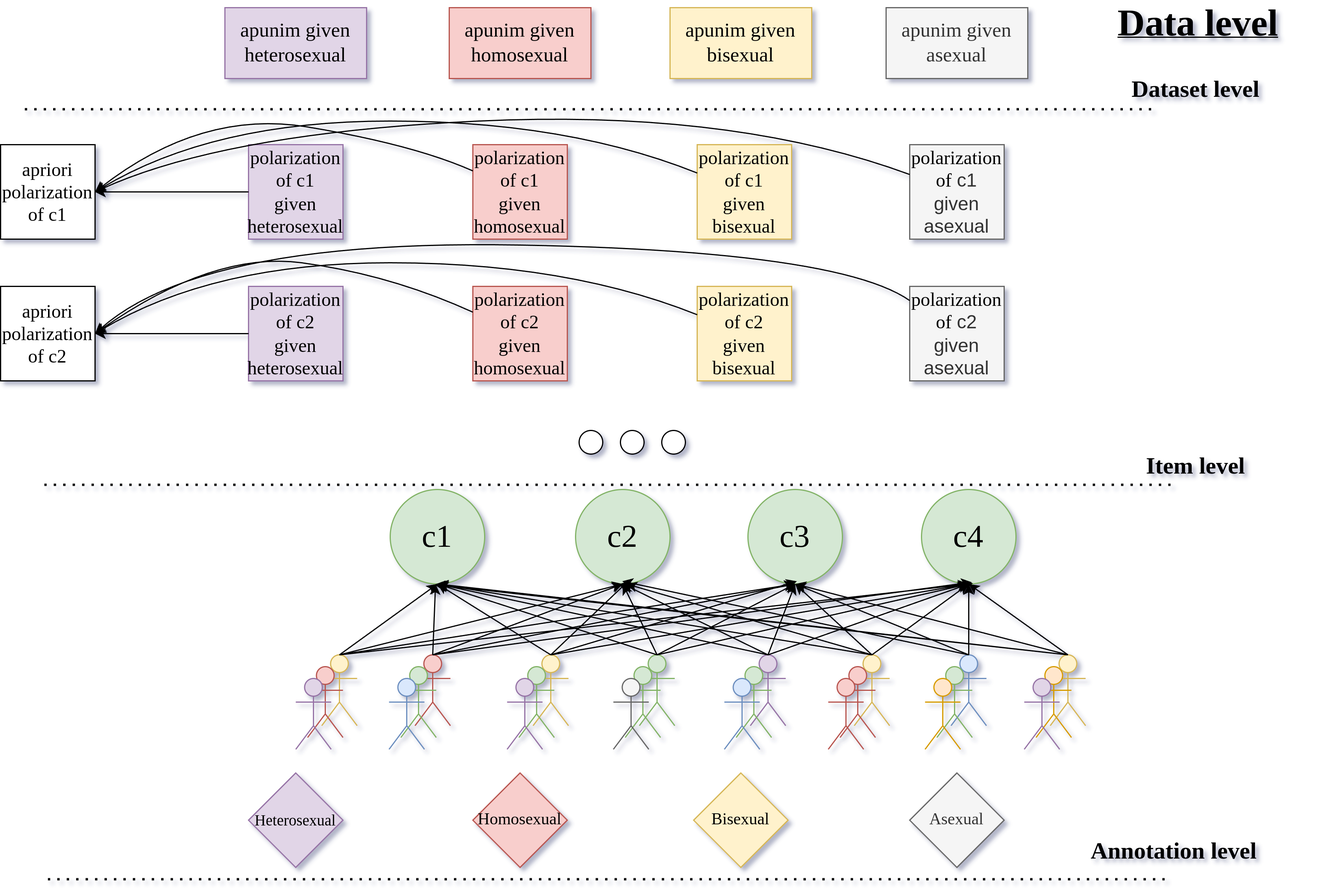
Above: graphs/overview.drawio.png in dimits-ts/aposteriori-unimodality (draw.io), before the change. Source tidied: cells renumbered, new cells last; positions are measured from the earlier drawing's top-left corner, leaving out a move shared by most shapes.
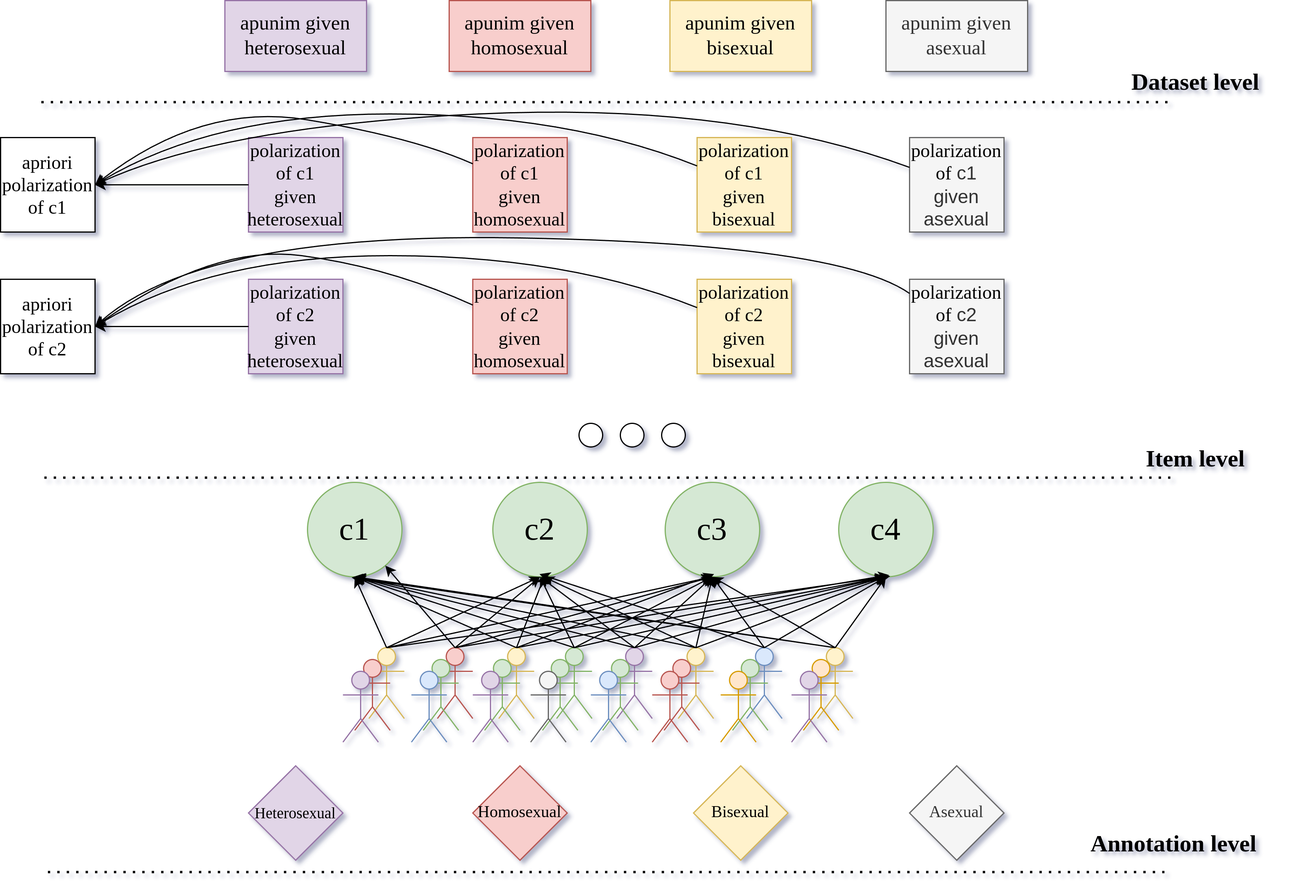
The same file after the commit.

Change to the diagram source:
```diff
@@ -10,8 +10,8 @@
     </mxCell>
     <mxCell id="3" style="endArrow=none;dashed=1;html=1;dashPattern=1 3;strokeWidth=2;rounded=0;exitX=0;exitY=1;exitDx=0;exitDy=0;fontFamily=Times New Roman;" parent="1" edge="1">
       <mxGeometry relative="1" as="geometry">
-        <mxPoint x="20.5" y="88" as="sourcePoint" />
-        <mxPoint x="979.5" y="88" as="targetPoint" />
+        <mxPoint x="34.5" y="88" as="sourcePoint" />
+        <mxPoint x="993.5" y="88" as="targetPoint" />
       </mxGeometry>
     </mxCell>
     <mxCell id="4" value="&lt;b&gt;&lt;font style=&quot;font-size: 20px;&quot;&gt;Annotation level&lt;/font&gt;&lt;/b&gt;" style="text;html=1;align=center;verticalAlign=middle;whiteSpace=wrap;rounded=0;fontFamily=Times New Roman;" parent="1" vertex="1">
@@ -23,14 +23,11 @@
     <mxCell id="6" value="&lt;b&gt;&lt;font style=&quot;font-size: 20px;&quot;&gt;Dataset level&lt;/font&gt;&lt;/b&gt;" style="text;html=1;align=center;verticalAlign=middle;whiteSpace=wrap;rounded=0;fontFamily=Times New Roman;" parent="1" vertex="1">
       <mxGeometry x="940" y="55" width="145" height="30" as="geometry" />
     </mxCell>
-    <mxCell id="7" value="&lt;u&gt;&lt;b&gt;&lt;font style=&quot;font-size: 32px;&quot;&gt;Data level&lt;/font&gt;&lt;/b&gt;&lt;/u&gt;" style="text;html=1;align=center;verticalAlign=middle;whiteSpace=wrap;rounded=0;fontFamily=Times New Roman;" parent="1" vertex="1">
-      <mxGeometry x="921.5" width="185" height="30" as="geometry" />
-    </mxCell>
     <mxCell id="8" style="group;" parent="1" vertex="1">
       <mxGeometry x="250" y="550" width="669" height="80" as="geometry" />
     </mxCell>
     <mxCell id="9" style="group;" parent="8" vertex="1">
-      <mxGeometry width="52" height="80" as="geometry" />
+      <mxGeometry x="40" width="52" height="80" as="geometry" />
     </mxCell>
     <mxCell id="10" style="shape=umlActor;verticalLabelPosition=bottom;verticalAlign=top;html=1;outlineConnect=0;fillColor=#fff2cc;strokeColor=#d6b656;" parent="9" vertex="1">
       <mxGeometry x="22" width="30" height="60" as="geometry" />
@@ -41,8 +38,20 @@
     <mxCell id="12" style="shape=umlActor;verticalLabelPosition=bottom;verticalAlign=top;html=1;fillColor=#e1d5e7;strokeColor=#9673a6;" parent="9" vertex="1">
       <mxGeometry y="20" width="30" height="60" as="geometry" />
     </mxCell>
+    <mxCell id="17" style="group;" parent="8" vertex="1">
+      <mxGeometry x="150" width="52" height="80" as="geometry" />
+    </mxCell>
+    <mxCell id="18" style="shape=umlActor;verticalLabelPosition=bottom;verticalAlign=top;html=1;outlineConnect=0;fillColor=#fff2cc;strokeColor=#d6b656;" parent="17" vertex="1">
+      <mxGeometry x="22" width="30" height="60" as="geometry" />
+    </mxCell>
+    <mxCell id="19" style="shape=umlActor;verticalLabelPosition=bottom;verticalAlign=top;html=1;fillColor=#d5e8d4;strokeColor=#82b366;" parent="17" vertex="1">
+      <mxGeometry x="10" y="10" width="30" height="60" as="geometry" />
+    </mxCell>
+    <mxCell id="20" style="shape=umlActor;verticalLabelPosition=bottom;verticalAlign=top;html=1;fillColor=#e1d5e7;strokeColor=#9673a6;" parent="17" vertex="1">
+      <mxGeometry y="20" width="30" height="60" as="geometry" />
+    </mxCell>
-    <mxCell id="13" style="group;" parent="8" vertex="1">
-      <mxGeometry x="79" width="52" height="80" as="geometry" />
+    <mxCell id="13" style="group;" parent="17" vertex="1">
+      <mxGeometry x="-52" width="52" height="80" as="geometry" />
     </mxCell>
     <mxCell id="14" style="shape=umlActor;verticalLabelPosition=bottom;verticalAlign=top;html=1;outlineConnect=0;fillColor=#f8cecc;strokeColor=#b85450;" parent="13" vertex="1">
       <mxGeometry x="22" width="30" height="60" as="geometry" />
@@ -53,20 +62,8 @@
     <mxCell id="16" style="shape=umlActor;verticalLabelPosition=bottom;verticalAlign=top;html=1;fillColor=#dae8fc;strokeColor=#6c8ebf;" parent="13" vertex="1">
       <mxGeometry y="20" width="30" height="60" as="geometry" />
     </mxCell>
-    <mxCell id="17" style="group;" parent="8" vertex="1">
-      <mxGeometry x="179" width="52" height="80" as="geometry" />
-    </mxCell>
-    <mxCell id="18" style="shape=umlActor;verticalLabelPosition=bottom;verticalAlign=top;html=1;outlineConnect=0;fillColor=#fff2cc;strokeColor=#d6b656;" parent="17" vertex="1">
-      <mxGeometry x="22" width="30" height="60" as="geometry" />
-    </mxCell>
-    <mxCell id="19" style="shape=umlActor;verticalLabelPosition=bottom;verticalAlign=top;html=1;fillColor=#d5e8d4;strokeColor=#82b366;" parent="17" vertex="1">
-      <mxGeometry x="10" y="10" width="30" height="60" as="geometry" />
-    </mxCell>
-    <mxCell id="20" style="shape=umlActor;verticalLabelPosition=bottom;verticalAlign=top;html=1;fillColor=#e1d5e7;strokeColor=#9673a6;" parent="17" vertex="1">
-      <mxGeometry y="20" width="30" height="60" as="geometry" />
-    </mxCell>
     <mxCell id="21" style="group;" parent="8" vertex="1">
-      <mxGeometry x="269" width="52" height="80" as="geometry" />
+      <mxGeometry x="199" width="52" height="80" as="geometry" />
     </mxCell>
     <mxCell id="22" style="shape=umlActor;verticalLabelPosition=bottom;verticalAlign=top;html=1;outlineConnect=0;fillColor=#d5e8d4;strokeColor=#82b366;" parent="21" vertex="1">
       <mxGeometry x="22" width="30" height="60" as="geometry" />
@@ -78,7 +75,7 @@
       <mxGeometry y="20" width="30" height="60" as="geometry" />
     </mxCell>
     <mxCell id="25" style="group;" parent="8" vertex="1">
-      <mxGeometry x="363" width="52" height="80" as="geometry" />
+      <mxGeometry x="250" width="52" height="80" as="geometry" />
     </mxCell>
     <mxCell id="26" style="shape=umlActor;verticalLabelPosition=bottom;verticalAlign=top;html=1;outlineConnect=0;fillColor=#e1d5e7;strokeColor=#9673a6;" parent="25" vertex="1">
       <mxGeometry x="22" width="30" height="60" as="geometry" />
@@ -90,7 +87,7 @@
       <mxGeometry y="20" width="30" height="60" as="geometry" />
     </mxCell>
     <mxCell id="29" style="group;" parent="8" vertex="1">
-      <mxGeometry x="451" width="52" height="80" as="geometry" />
+      <mxGeometry x="302" width="52" height="80" as="geometry" />
     </mxCell>
     <mxCell id="30" style="shape=umlActor;verticalLabelPosition=bottom;verticalAlign=top;html=1;outlineConnect=0;fillColor=#fff2cc;strokeColor=#d6b656;" parent="29" vertex="1">
       <mxGeometry x="22" width="30" height="60" as="geometry" />
@@ -102,7 +99,7 @@
       <mxGeometry y="20" width="30" height="60" as="geometry" />
     </mxCell>
     <mxCell id="33" style="group;" parent="8" vertex="1">
-      <mxGeometry x="533" width="52" height="80" as="geometry" />
+      <mxGeometry x="360" width="52" height="80" as="geometry" />
     </mxCell>
     <mxCell id="34" style="shape=umlActor;verticalLabelPosition=bottom;verticalAlign=top;html=1;outlineConnect=0;fillColor=#dae8fc;strokeColor=#6c8ebf;" parent="33" vertex="1">
       <mxGeometry x="22" width="30" height="60" as="geometry" />
@@ -114,7 +111,7 @@
       <mxGeometry y="20" width="30" height="60" as="geometry" />
     </mxCell>
     <mxCell id="37" style="group;" parent="8" vertex="1">
-      <mxGeometry x="617" width="52" height="80" as="geometry" />
+      <mxGeometry x="420" width="52" height="80" as="geometry" />
     </mxCell>
     <mxCell id="38" style="shape=umlActor;verticalLabelPosition=bottom;verticalAlign=top;html=1;outlineConnect=0;fillColor=#fff2cc;strokeColor=#d6b656;" parent="37" vertex="1">
       <mxGeometry x="22" width="30" height="60" as="geometry" />
@@ -126,7 +123,7 @@
       <mxGeometry y="20" width="30" height="60" as="geometry" />
     </mxCell>
     <mxCell id="41" style="group;" parent="1" vertex="1">
-      <mxGeometry x="330" y="410" width="530" height="80" as="geometry" />
+      <mxGeometry x="260" y="410" width="530" height="80" as="geometry" />
     </mxCell>
     <mxCell id="42" value="&lt;font style=&quot;font-size: 27px;&quot;&gt;c1&lt;/font&gt;" style="ellipse;whiteSpace=wrap;html=1;fillColor=#d5e8d4;strokeColor=#82b366;fontFamily=Times New Roman;" parent="41" vertex="1">
       <mxGeometry width="80" height="80" as="geometry" />
@@ -208,7 +205,7 @@
     </mxCell>
     <mxCell id="68" style="endArrow=classic;html=1;rounded=0;exitX=0.5;exitY=0;exitDx=0;exitDy=0;exitPerimeter=0;" parent="1" edge="1" source="30">
       <mxGeometry relative="1" as="geometry">
-        <mxPoint x="530" y="490" as="targetPoint" />
+        <mxPoint x="460" y="490" as="targetPoint" />
       </mxGeometry>
     </mxCell>
     <mxCell id="69" style="endArrow=classic;html=1;rounded=0;exitX=0.5;exitY=0;exitDx=0;exitDy=0;exitPerimeter=0;entryX=0.5;entryY=1;entryDx=0;entryDy=0;" parent="1" edge="1" source="30" target="44">
```
